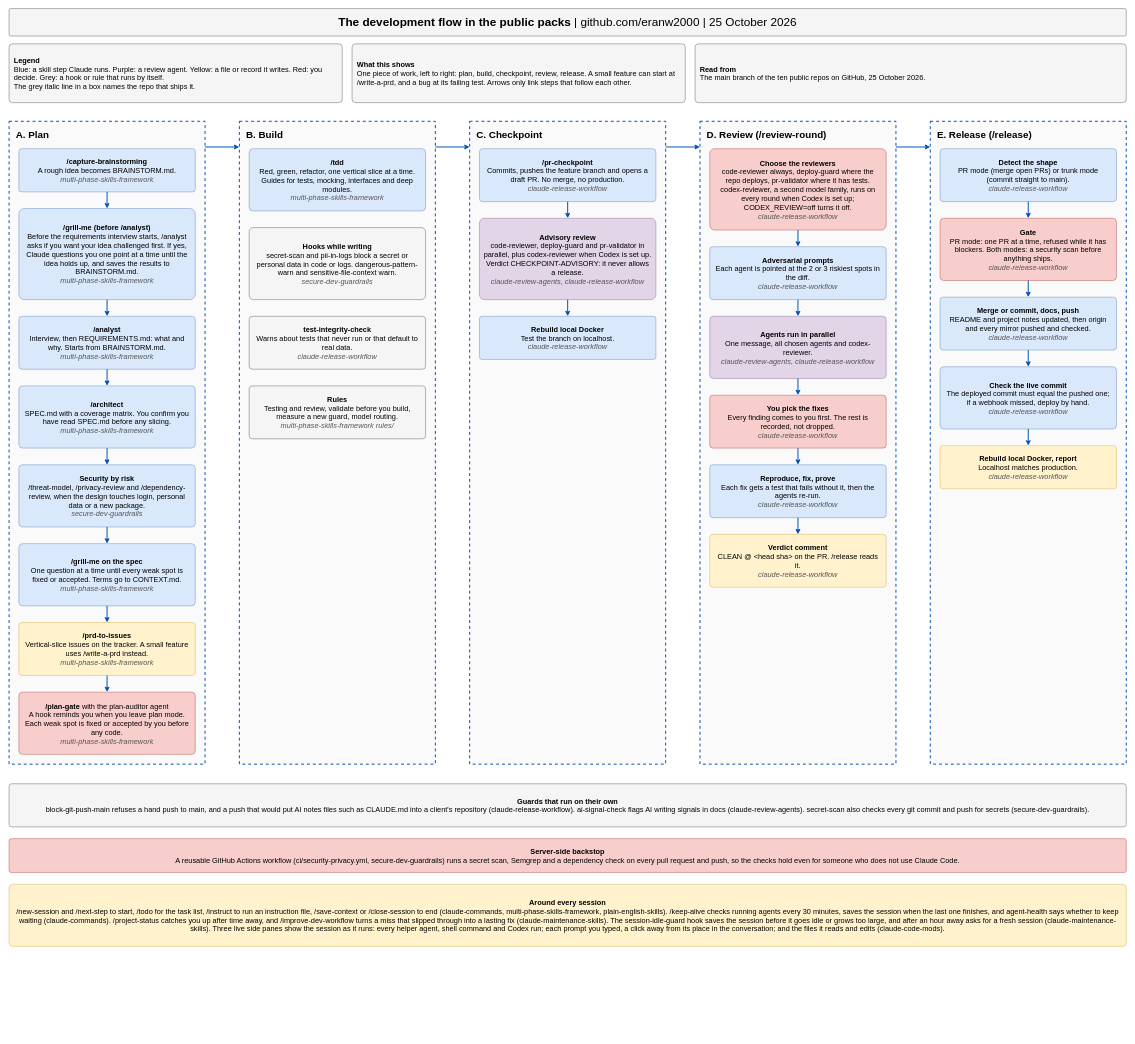
eranw2000/eranw2000 keeps this draw.io diagram as docs/development-flow.drawio. Above is the earlier version. Source tidied: cells renumbered, new cells numbered last; positions are measured from the earlier drawing's top-left corner, leaving out a move shared by most shapes. Both pictures are drawn from the tidied source at 49%, with x=0, y=0 at pixel (9, 8).
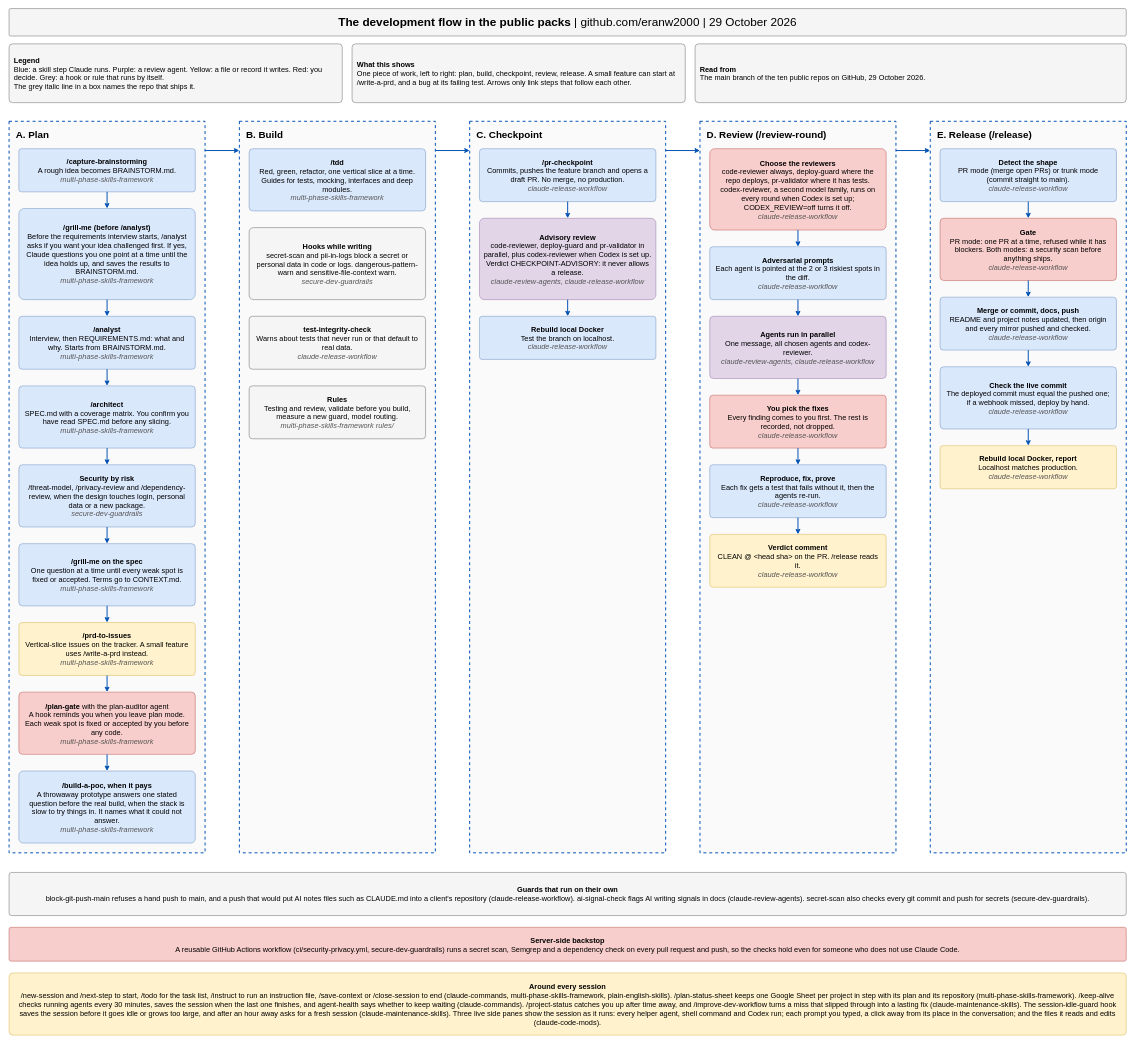
Above is the later version.

Commit message (it also covers changes not shown here):
docs: development flow names build-a-poc and plan-status-sheet

The change refers to these unchanged cells:
```xml
<mxCell id="24" value="&lt;b&gt;/plan-gate&lt;/b&gt; with the plan-auditor agent&lt;br&gt;A hook reminds you when you leave plan mode. Each weak spot is fixed or accepted by you before any code.&lt;br&gt;&lt;i&gt;&lt;font color=&quot;#555555&quot;&gt;multi-phase-skills-framework&lt;/font&gt;&lt;/i&gt;" style="rounded=1;arcSize=6;whiteSpace=wrap;html=1;fillColor=#f8cecc;strokeColor=#b85450;fontSize=15;fontFamily=Helvetica;spacing=10;align=center;verticalAlign=middle;" parent="1" vertex="1">
  <mxGeometry x="20" y="1395" width="360" height="127" as="geometry" />
</mxCell>
```

Change to the diagram source:
```diff
@@
-    <mxCell id="2" value="&lt;b&gt;The development flow in the public packs&lt;/b&gt;  |  github.com/eranw2000  |  25 October 2026" style="rounded=1;arcSize=6;whiteSpace=wrap;html=1;fillColor=#f5f5f5;strokeColor=#666666;fontSize=24;fontFamily=Helvetica;spacing=10;align=center;verticalAlign=middle;" parent="1" vertex="1">
+    <mxCell id="2" value="&lt;b&gt;The development flow in the public packs&lt;/b&gt;  |  github.com/eranw2000  |  29 October 2026" style="rounded=1;arcSize=6;whiteSpace=wrap;html=1;fillColor=#f5f5f5;strokeColor=#666666;fontSize=24;fontFamily=Helvetica;spacing=10;align=center;verticalAlign=middle;" parent="1" vertex="1">
       <mxGeometry width="2280" height="56" as="geometry" />
     </mxCell>
@@
-    <mxCell id="5" value="&lt;b&gt;Read from&lt;/b&gt;&lt;br&gt;The main branch of the ten public repos on GitHub, 25 October 2026." style="rounded=1;arcSize=6;whiteSpace=wrap;html=1;fillColor=#f5f5f5;strokeColor=#666666;fontSize=15;fontFamily=Helvetica;spacing=10;align=left;verticalAlign=middle;" parent="1" vertex="1">
+    <mxCell id="5" value="&lt;b&gt;Read from&lt;/b&gt;&lt;br&gt;The main branch of the ten public repos on GitHub, 29 October 2026." style="rounded=1;arcSize=6;whiteSpace=wrap;html=1;fillColor=#f5f5f5;strokeColor=#666666;fontSize=15;fontFamily=Helvetica;spacing=10;align=left;verticalAlign=middle;" parent="1" vertex="1">
       <mxGeometry x="1400" y="72" width="880" height="120" as="geometry" />
     </mxCell>
     <mxCell id="6" value="A. Plan" style="rounded=0;whiteSpace=wrap;html=1;fillColor=#fafafa;strokeColor=#0050b3;fontStyle=1;fontSize=20;verticalAlign=top;align=left;spacingLeft=12;spacingTop=8;dashed=1;strokeWidth=2;fontFamily=Helvetica;" parent="1" vertex="1">
-      <mxGeometry y="230" width="400" height="1312" as="geometry" />
+      <mxGeometry y="230" width="400" height="1493" as="geometry" />
     </mxCell>
     <mxCell id="7" value="B. Build" style="rounded=0;whiteSpace=wrap;html=1;fillColor=#fafafa;strokeColor=#0050b3;fontStyle=1;fontSize=20;verticalAlign=top;align=left;spacingLeft=12;spacingTop=8;dashed=1;strokeWidth=2;fontFamily=Helvetica;" parent="1" vertex="1">
-      <mxGeometry x="470" y="230" width="400" height="1312" as="geometry" />
+      <mxGeometry x="470" y="230" width="400" height="1493" as="geometry" />
     </mxCell>
     <mxCell id="8" value="C. Checkpoint" style="rounded=0;whiteSpace=wrap;html=1;fillColor=#fafafa;strokeColor=#0050b3;fontStyle=1;fontSize=20;verticalAlign=top;align=left;spacingLeft=12;spacingTop=8;dashed=1;strokeWidth=2;fontFamily=Helvetica;" parent="1" vertex="1">
-      <mxGeometry x="940" y="230" width="400" height="1312" as="geometry" />
+      <mxGeometry x="940" y="230" width="400" height="1493" as="geometry" />
     </mxCell>
     <mxCell id="9" value="D. Review (/review-round)" style="rounded=0;whiteSpace=wrap;html=1;fillColor=#fafafa;strokeColor=#0050b3;fontStyle=1;fontSize=20;verticalAlign=top;align=left;spacingLeft=12;spacingTop=8;dashed=1;strokeWidth=2;fontFamily=Helvetica;" parent="1" vertex="1">
-      <mxGeometry x="1410" y="230" width="400" height="1312" as="geometry" />
+      <mxGeometry x="1410" y="230" width="400" height="1493" as="geometry" />
     </mxCell>
     <mxCell id="10" value="E. Release (/release)" style="rounded=0;whiteSpace=wrap;html=1;fillColor=#fafafa;strokeColor=#0050b3;fontStyle=1;fontSize=20;verticalAlign=top;align=left;spacingLeft=12;spacingTop=8;dashed=1;strokeWidth=2;fontFamily=Helvetica;" parent="1" vertex="1">
-      <mxGeometry x="1880" y="230" width="400" height="1312" as="geometry" />
+      <mxGeometry x="1880" y="230" width="400" height="1493" as="geometry" />
     </mxCell>
@@
+    <mxCell id="62" value="&lt;b&gt;/build-a-poc, when it pays&lt;/b&gt;&lt;br&gt;A throwaway prototype answers one stated question before the real build, when the stack is slow to try things in. It names what it could not answer.&lt;br&gt;&lt;i&gt;&lt;font color=&quot;#555555&quot;&gt;multi-phase-skills-framework&lt;/font&gt;&lt;/i&gt;" style="rounded=1;arcSize=6;whiteSpace=wrap;html=1;fillColor=#dae8fc;strokeColor=#6c8ebf;fontSize=15;fontFamily=Helvetica;spacing=10;align=center;verticalAlign=middle;" parent="1" vertex="1">
+      <mxGeometry x="20" y="1556" width="360" height="147" as="geometry" />
+    </mxCell>
+    <mxCell id="63" style="edgeStyle=orthogonalEdgeStyle;rounded=0;html=1;endArrow=classic;strokeWidth=2;strokeColor=#0050b3;exitX=0.5;exitY=1;entryX=0.5;entryY=0;" parent="1" edge="1" source="24" target="62">
+      <mxGeometry relative="1" as="geometry" />
+    </mxCell>
@@
     <mxCell id="59" value="&lt;b&gt;Guards that run on their own&lt;/b&gt;&lt;br&gt;block-git-push-main refuses a hand push to main, and a push that would put AI notes files such as CLAUDE.md into a client's repository (claude-release-workflow). ai-signal-check flags AI writing signals in docs (claude-review-agents). secret-scan also checks every git commit and push for secrets (secure-dev-guardrails)." style="rounded=1;arcSize=6;whiteSpace=wrap;html=1;fillColor=#f5f5f5;strokeColor=#666666;fontSize=15;fontFamily=Helvetica;spacing=10;align=center;verticalAlign=middle;" parent="1" vertex="1">
-      <mxGeometry y="1582" width="2280" height="88" as="geometry" />
+      <mxGeometry y="1763" width="2280" height="88" as="geometry" />
     </mxCell>
     <mxCell id="60" value="&lt;b&gt;Server-side backstop&lt;/b&gt;&lt;br&gt;A reusable GitHub Actions workflow (ci/security-privacy.yml, secure-dev-guardrails) runs a secret scan, Semgrep and a dependency check on every pull request and push, so the checks hold even for someone who does not use Claude Code." style="rounded=1;arcSize=6;whiteSpace=wrap;html=1;fillColor=#f8cecc;strokeColor=#b85450;fontSize=15;fontFamily=Helvetica;spacing=10;align=center;verticalAlign=middle;" parent="1" vertex="1">
-      <mxGeometry y="1694" width="2280" height="69" as="geometry" />
+      <mxGeometry y="1875" width="2280" height="69" as="geometry" />
     </mxCell>
-    <mxCell id="61" value="&lt;b&gt;Around every session&lt;/b&gt;&lt;br&gt;/new-session and /next-step to start, /todo for the task list, /instruct to run an instruction file, /save-context or /close-session to end (claude-commands, multi-phase-skills-framework, plain-english-skills). /keep-alive checks running agents every 30 minutes, saves the session when the last one finishes, and agent-health says whether to keep waiting (claude-commands). /project-status catches you up after time away, and /improve-dev-workflow turns a miss that slipped through into a lasting fix (claude-maintenance-skills). The session-idle-guard hook saves the session before it goes idle or grows too large, and after an hour away asks for a fresh session (claude-maintenance-skills). Three live side panes show the session as it runs: every helper agent, shell command and Codex run; each prompt you typed, a click away from its place in the conversation; and the files it reads and edits (claude-code-mods)." style="rounded=1;arcSize=6;whiteSpace=wrap;html=1;fillColor=#fff2cc;strokeColor=#d6b656;fontSize=15;fontFamily=Helvetica;spacing=10;align=center;verticalAlign=middle;" parent="1" vertex="1">
-      <mxGeometry y="1787" width="2280" height="127" as="geometry" />
+    <mxCell id="61" value="&lt;b&gt;Around every session&lt;/b&gt;&lt;br&gt;/new-session and /next-step to start, /todo for the task list, /instruct to run an instruction file, /save-context or /close-session to end (claude-commands, multi-phase-skills-framework, plain-english-skills). /plan-status-sheet keeps one Google Sheet per project in step with its plan and its repository (multi-phase-skills-framework). /keep-alive checks running agents every 30 minutes, saves the session when the last one finishes, and agent-health says whether to keep waiting (claude-commands). /project-status catches you up after time away, and /improve-dev-workflow turns a miss that slipped through into a lasting fix (claude-maintenance-skills). The session-idle-guard hook saves the session before it goes idle or grows too large, and after an hour away asks for a fresh session (claude-maintenance-skills). Three live side panes show the session as it runs: every helper agent, shell command and Codex run; each prompt you typed, a click away from its place in the conversation; and the files it reads and edits (claude-code-mods)." style="rounded=1;arcSize=6;whiteSpace=wrap;html=1;fillColor=#fff2cc;strokeColor=#d6b656;fontSize=15;fontFamily=Helvetica;spacing=10;align=center;verticalAlign=middle;" parent="1" vertex="1">
+      <mxGeometry y="1968" width="2280" height="127" as="geometry" />
     </mxCell>
```
